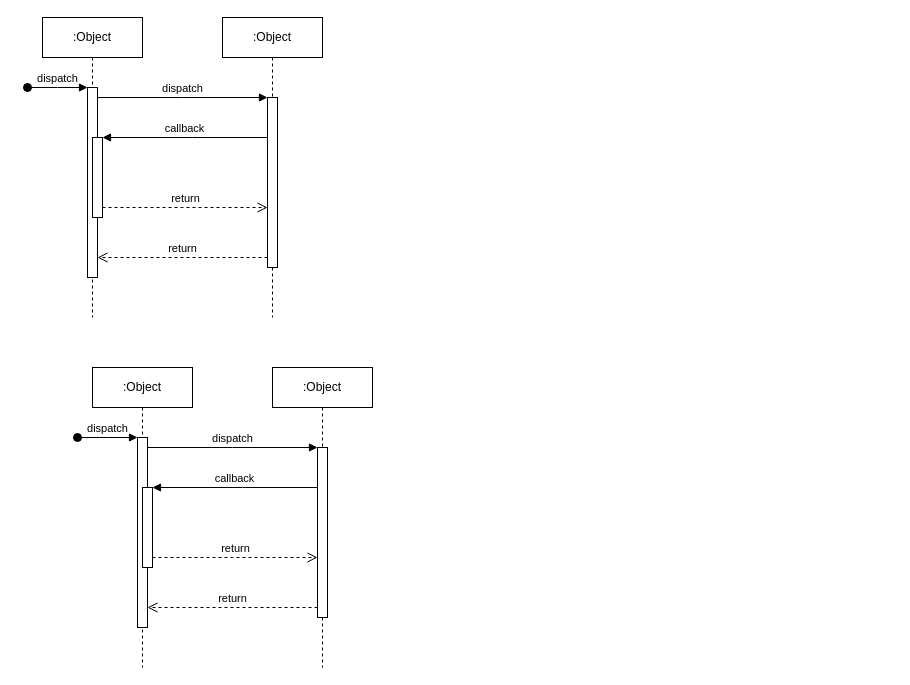
This is uml/sequence_diagram.drawio from gabryallaseconda/SurgerySchedulingUnderUncertainty, a draw.io file, before an edit. Source tidied: cells renumbered, new cells numbered last; positions are measured from the earlier drawing's top-left corner, leaving out a move shared by most shapes. Both pictures are drawn from the tidied source at 100%, with x=0, y=0 at pixel (27, 17).
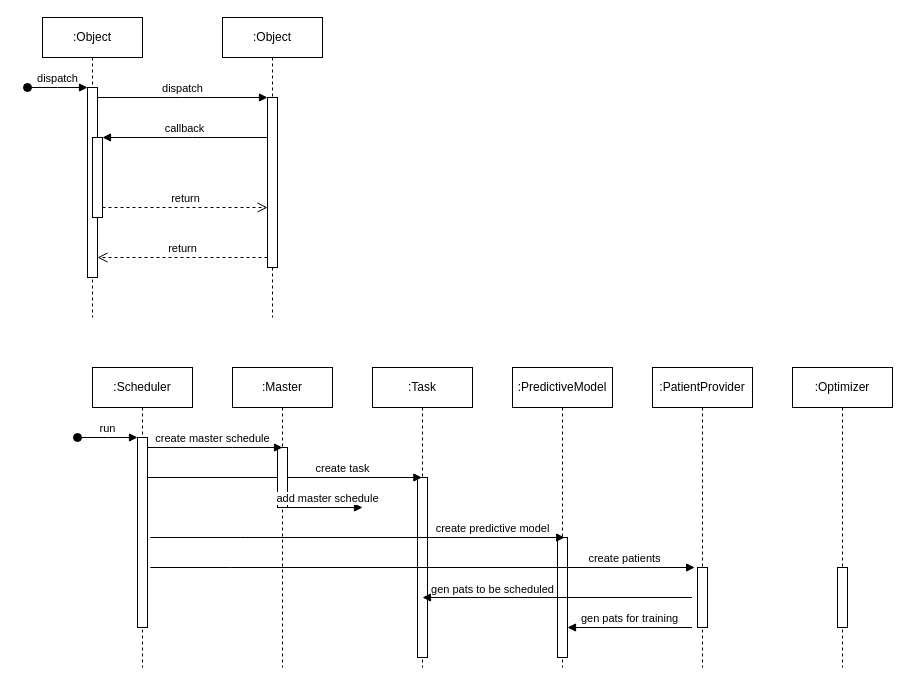
The same diagram, later.

Commit message (it also covers changes not shown here):
Completed code for patient provider from historical data, start coding scheduler

Unchanged cells that the change refers to:
```xml
<mxCell id="13" style="html=1;points=[];perimeter=orthogonalPerimeter;outlineConnect=0;targetShapes=umlLifeline;portConstraint=eastwest;newEdgeStyle={&quot;edgeStyle&quot;:&quot;elbowEdgeStyle&quot;,&quot;elbow&quot;:&quot;vertical&quot;,&quot;curved&quot;:0,&quot;rounded&quot;:0};" parent="12" vertex="1">
  <mxGeometry x="45" y="70" width="10" height="190" as="geometry" />
</mxCell>
```

The edit, as a diff of the source:
```diff
@@
-    <mxCell id="12" value=":Object" style="shape=umlLifeline;perimeter=lifelinePerimeter;whiteSpace=wrap;html=1;newEdgeStyle={&quot;edgeStyle&quot;:&quot;elbowEdgeStyle&quot;,&quot;elbow&quot;:&quot;vertical&quot;,&quot;curved&quot;:0,&quot;rounded&quot;:0};" parent="1" vertex="1">
+    <mxCell id="12" value=":Scheduler" style="shape=umlLifeline;perimeter=lifelinePerimeter;whiteSpace=wrap;html=1;newEdgeStyle={&quot;edgeStyle&quot;:&quot;elbowEdgeStyle&quot;,&quot;elbow&quot;:&quot;vertical&quot;,&quot;curved&quot;:0,&quot;rounded&quot;:0};" parent="1" vertex="1">
       <mxGeometry x="65" y="350" width="100" height="300" as="geometry" />
     </mxCell>
@@
-    <mxCell id="14" value="dispatch" style="html=1;verticalAlign=bottom;startArrow=oval;endArrow=block;startSize=8;edgeStyle=elbowEdgeStyle;elbow=vertical;curved=0;rounded=0;" parent="12" edge="1" target="13">
+    <mxCell id="14" value="run" style="html=1;verticalAlign=bottom;startArrow=oval;endArrow=block;startSize=8;edgeStyle=elbowEdgeStyle;elbow=vertical;curved=0;rounded=0;" parent="12" edge="1" target="13">
       <mxGeometry relative="1" as="geometry">
         <mxPoint x="-15" y="70" as="sourcePoint" />
       </mxGeometry>
     </mxCell>
-    <mxCell id="15" style="html=1;points=[];perimeter=orthogonalPerimeter;outlineConnect=0;targetShapes=umlLifeline;portConstraint=eastwest;newEdgeStyle={&quot;edgeStyle&quot;:&quot;elbowEdgeStyle&quot;,&quot;elbow&quot;:&quot;vertical&quot;,&quot;curved&quot;:0,&quot;rounded&quot;:0};" parent="12" vertex="1">
-      <mxGeometry x="50" y="120" width="10" height="80" as="geometry" />
-    </mxCell>
-    <mxCell id="16" value=":Object" style="shape=umlLifeline;perimeter=lifelinePerimeter;whiteSpace=wrap;html=1;newEdgeStyle={&quot;edgeStyle&quot;:&quot;elbowEdgeStyle&quot;,&quot;elbow&quot;:&quot;vertical&quot;,&quot;curved&quot;:0,&quot;rounded&quot;:0};" parent="1" vertex="1">
-      <mxGeometry x="245" y="350" width="100" height="300" as="geometry" />
+    <mxCell id="16" value=":Task" style="shape=umlLifeline;perimeter=lifelinePerimeter;whiteSpace=wrap;html=1;newEdgeStyle={&quot;edgeStyle&quot;:&quot;elbowEdgeStyle&quot;,&quot;elbow&quot;:&quot;vertical&quot;,&quot;curved&quot;:0,&quot;rounded&quot;:0};" parent="1" vertex="1">
+      <mxGeometry x="345" y="350" width="100" height="300" as="geometry" />
     </mxCell>
     <mxCell id="17" style="html=1;points=[];perimeter=orthogonalPerimeter;outlineConnect=0;targetShapes=umlLifeline;portConstraint=eastwest;newEdgeStyle={&quot;edgeStyle&quot;:&quot;elbowEdgeStyle&quot;,&quot;elbow&quot;:&quot;vertical&quot;,&quot;curved&quot;:0,&quot;rounded&quot;:0};" parent="16" vertex="1">
-      <mxGeometry x="45" y="80" width="10" height="170" as="geometry" />
+      <mxGeometry x="45" y="110" width="10" height="180" as="geometry" />
     </mxCell>
-    <mxCell id="18" value="dispatch" style="html=1;verticalAlign=bottom;endArrow=block;edgeStyle=elbowEdgeStyle;elbow=vertical;curved=0;rounded=0;" parent="1" edge="1" source="13" target="17">
-      <mxGeometry relative="1" as="geometry">
+    <mxCell id="18" value="create task" style="html=1;verticalAlign=bottom;endArrow=block;edgeStyle=elbowEdgeStyle;elbow=vertical;curved=0;rounded=0;entryX=0.439;entryY=0.002;entryDx=0;entryDy=0;entryPerimeter=0;" parent="1" edge="1" target="17">
+      <mxGeometry x="0.42" relative="1" as="geometry">
+        <mxPoint x="120" y="460" as="sourcePoint" />
         <Array as="points">
-          <mxPoint x="205" y="430" />
+          <mxPoint x="205" y="460" />
         </Array>
       </mxGeometry>
     </mxCell>
-    <mxCell id="19" value="return" style="html=1;verticalAlign=bottom;endArrow=open;dashed=1;endSize=8;edgeStyle=elbowEdgeStyle;elbow=vertical;curved=0;rounded=0;" parent="1" edge="1" source="17" target="13">
-      <mxGeometry relative="1" as="geometry">
-        <Array as="points">
-          <mxPoint x="215" y="590" />
-        </Array>
-      </mxGeometry>
-    </mxCell>
-    <mxCell id="20" value="callback" style="html=1;verticalAlign=bottom;endArrow=block;edgeStyle=elbowEdgeStyle;elbow=vertical;curved=0;rounded=0;" parent="1" edge="1" source="17" target="15">
-      <mxGeometry relative="1" as="geometry">
-        <Array as="points">
-          <mxPoint x="215" y="470" />
-        </Array>
-      </mxGeometry>
-    </mxCell>
-    <mxCell id="21" value="return" style="html=1;verticalAlign=bottom;endArrow=open;dashed=1;endSize=8;edgeStyle=elbowEdgeStyle;elbow=vertical;curved=0;rounded=0;" parent="1" edge="1" source="15" target="17">
-      <mxGeometry relative="1" as="geometry">
-        <Array as="points">
-          <mxPoint x="205" y="540" />
-        </Array>
-      </mxGeometry>
-    </mxCell>
+    <mxCell id="22" value=":PredictiveModel" style="shape=umlLifeline;perimeter=lifelinePerimeter;whiteSpace=wrap;html=1;newEdgeStyle={&quot;edgeStyle&quot;:&quot;elbowEdgeStyle&quot;,&quot;elbow&quot;:&quot;vertical&quot;,&quot;curved&quot;:0,&quot;rounded&quot;:0};" parent="1" vertex="1">
+      <mxGeometry x="485" y="350" width="100" height="300" as="geometry" />
+    </mxCell>
+    <mxCell id="23" style="html=1;points=[];perimeter=orthogonalPerimeter;outlineConnect=0;targetShapes=umlLifeline;portConstraint=eastwest;newEdgeStyle={&quot;edgeStyle&quot;:&quot;elbowEdgeStyle&quot;,&quot;elbow&quot;:&quot;vertical&quot;,&quot;curved&quot;:0,&quot;rounded&quot;:0};" parent="22" vertex="1">
+      <mxGeometry x="45" y="170" width="10" height="120" as="geometry" />
+    </mxCell>
+    <mxCell id="24" value="create predictive model" style="html=1;verticalAlign=bottom;endArrow=block;edgeStyle=elbowEdgeStyle;elbow=vertical;curved=0;rounded=0;" parent="1" edge="1">
+      <mxGeometry x="0.65" relative="1" as="geometry">
+        <mxPoint x="122.8" y="520" as="sourcePoint" />
+        <mxPoint x="537.2" y="520" as="targetPoint" />
+        <Array as="points">
+          <mxPoint x="212.8" y="520" />
+        </Array>
+      </mxGeometry>
+    </mxCell>
+    <mxCell id="25" value=":PatientProvider" style="shape=umlLifeline;perimeter=lifelinePerimeter;whiteSpace=wrap;html=1;newEdgeStyle={&quot;edgeStyle&quot;:&quot;elbowEdgeStyle&quot;,&quot;elbow&quot;:&quot;vertical&quot;,&quot;curved&quot;:0,&quot;rounded&quot;:0};" parent="1" vertex="1">
+      <mxGeometry x="625" y="350" width="100" height="300" as="geometry" />
+    </mxCell>
+    <mxCell id="26" style="html=1;perimeter=orthogonalPerimeter;targetShapes=umlLifeline;newEdgeStyle={&quot;edgeStyle&quot;:&quot;elbowEdgeStyle&quot;,&quot;elbow&quot;:&quot;vertical&quot;,&quot;curved&quot;:0,&quot;rounded&quot;:0};" parent="25" vertex="1">
+      <mxGeometry x="45" y="200" width="10" height="60" as="geometry" />
+    </mxCell>
+    <mxCell id="27" value="create patients" style="html=1;verticalAlign=bottom;endArrow=block;edgeStyle=elbowEdgeStyle;elbow=vertical;curved=0;rounded=0;" parent="1" edge="1">
+      <mxGeometry x="0.74" relative="1" as="geometry">
+        <mxPoint x="122.8" y="550" as="sourcePoint" />
+        <mxPoint x="667.2" y="550" as="targetPoint" />
+        <Array as="points">
+          <mxPoint x="202.8" y="550" />
+        </Array>
+      </mxGeometry>
+    </mxCell>
+    <mxCell id="28" value=":Master" style="shape=umlLifeline;perimeter=lifelinePerimeter;whiteSpace=wrap;html=1;newEdgeStyle={&quot;edgeStyle&quot;:&quot;elbowEdgeStyle&quot;,&quot;elbow&quot;:&quot;vertical&quot;,&quot;curved&quot;:0,&quot;rounded&quot;:0};" parent="1" vertex="1">
+      <mxGeometry x="205" y="350" width="100" height="300" as="geometry" />
+    </mxCell>
+    <mxCell id="29" style="html=1;points=[];perimeter=orthogonalPerimeter;outlineConnect=0;targetShapes=umlLifeline;portConstraint=eastwest;newEdgeStyle={&quot;edgeStyle&quot;:&quot;elbowEdgeStyle&quot;,&quot;elbow&quot;:&quot;vertical&quot;,&quot;curved&quot;:0,&quot;rounded&quot;:0};" parent="28" vertex="1">
+      <mxGeometry x="45" y="80" width="10" height="60" as="geometry" />
+    </mxCell>
+    <mxCell id="30" value="create master schedule" style="html=1;verticalAlign=bottom;endArrow=block;edgeStyle=elbowEdgeStyle;elbow=vertical;curved=0;rounded=0;" parent="1" edge="1">
+      <mxGeometry x="-0.04" relative="1" as="geometry">
+        <mxPoint x="120" y="430" as="sourcePoint" />
+        <mxPoint x="255" y="430" as="targetPoint" />
+        <Array as="points">
+          <mxPoint x="205" y="430" />
+        </Array>
+      </mxGeometry>
+    </mxCell>
+    <mxCell id="31" style="endArrow=block;html=1;rounded=0;endFill=1;" parent="1" edge="1" source="29">
+      <mxGeometry relative="1" as="geometry">
+        <mxPoint x="335" y="490" as="targetPoint" />
+      </mxGeometry>
+    </mxCell>
+    <mxCell id="32" value="add master schedule" style="edgeLabel;html=1;align=center;verticalAlign=middle;" parent="31" vertex="1">
+      <mxGeometry x="-0.06" relative="1" as="geometry">
+        <mxPoint x="4" y="-10" as="offset" />
+      </mxGeometry>
+    </mxCell>
+    <mxCell id="33" style="endArrow=block;html=1;rounded=0;endFill=1;" parent="1" edge="1">
+      <mxGeometry relative="1" as="geometry">
+        <mxPoint x="664.5" y="580" as="sourcePoint" />
+        <mxPoint x="395" y="580" as="targetPoint" />
+      </mxGeometry>
+    </mxCell>
+    <mxCell id="34" value="gen pats to be scheduled" style="edgeLabel;html=1;align=center;verticalAlign=middle;" parent="33" vertex="1">
+      <mxGeometry x="0.2" y="1" relative="1" as="geometry">
+        <mxPoint x="-38" y="-10" as="offset" />
+      </mxGeometry>
+    </mxCell>
+    <mxCell id="35" style="endArrow=block;html=1;rounded=0;endFill=1;" parent="1" edge="1" target="23">
+      <mxGeometry relative="1" as="geometry">
+        <mxPoint x="664.5" y="610" as="sourcePoint" />
+      </mxGeometry>
+    </mxCell>
+    <mxCell id="36" value="gen pats for training" style="edgeLabel;html=1;align=center;verticalAlign=middle;" parent="35" vertex="1">
+      <mxGeometry x="0.2" y="1" relative="1" as="geometry">
+        <mxPoint x="12" y="-11" as="offset" />
+      </mxGeometry>
+    </mxCell>
+    <mxCell id="37" value=":Optimizer" style="shape=umlLifeline;perimeter=lifelinePerimeter;whiteSpace=wrap;html=1;newEdgeStyle={&quot;edgeStyle&quot;:&quot;elbowEdgeStyle&quot;,&quot;elbow&quot;:&quot;vertical&quot;,&quot;curved&quot;:0,&quot;rounded&quot;:0};" parent="1" vertex="1">
+      <mxGeometry x="765" y="350" width="100" height="300" as="geometry" />
+    </mxCell>
+    <mxCell id="38" style="html=1;perimeter=orthogonalPerimeter;targetShapes=umlLifeline;newEdgeStyle={&quot;edgeStyle&quot;:&quot;elbowEdgeStyle&quot;,&quot;elbow&quot;:&quot;vertical&quot;,&quot;curved&quot;:0,&quot;rounded&quot;:0};" parent="37" vertex="1">
+      <mxGeometry x="45" y="200" width="10" height="60" as="geometry" />
+    </mxCell>
```
